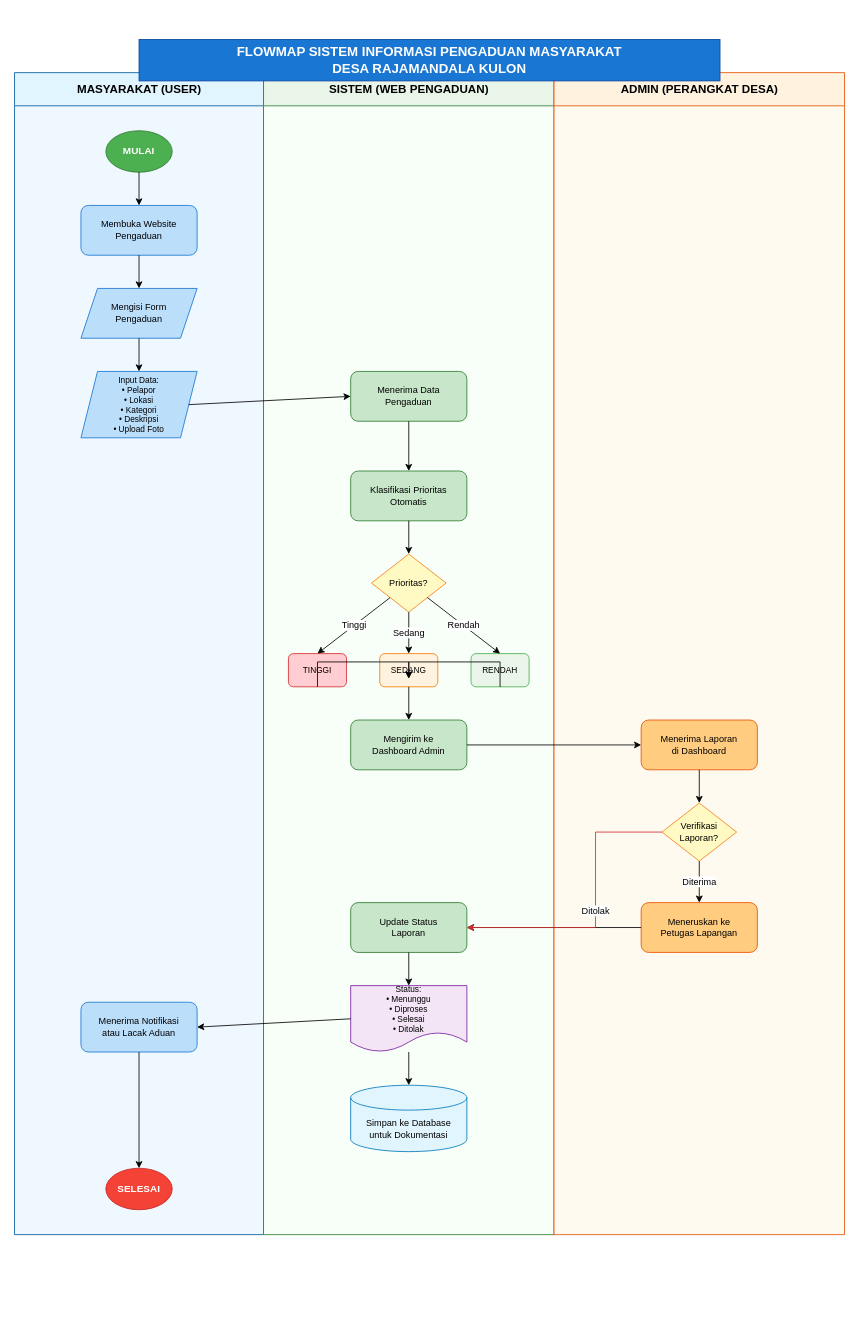
Above: flowmap.drawio in mzaedan/laporaja (draw.io), before the change. Source tidied: cells renumbered, new cells numbered last; positions are measured from the earlier drawing's top-left corner, leaving out a move shared by most shapes. Both pictures are drawn from the tidied source at 83%, with x=0, y=0 at pixel (14, 39).
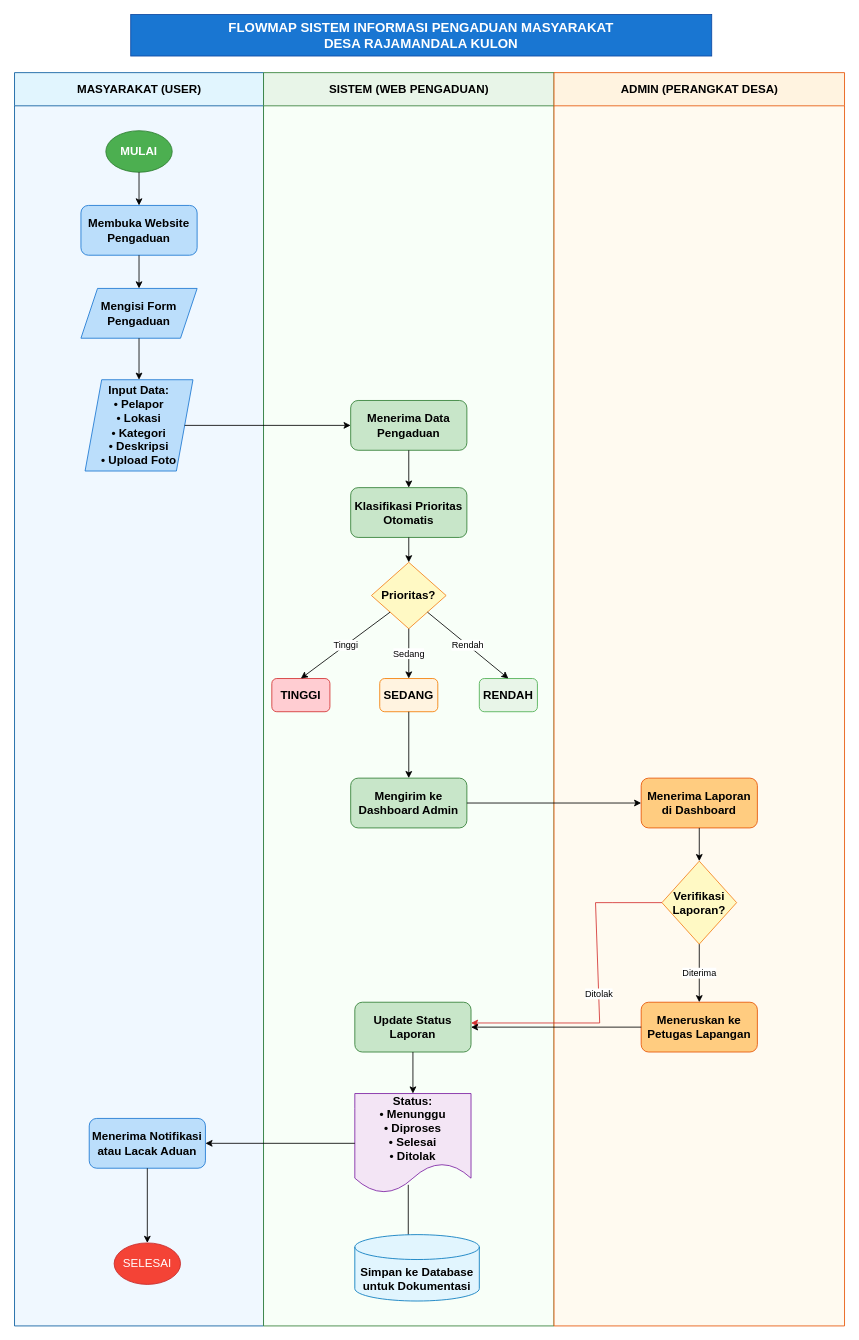
The same page after the edit.

Change to the diagram source:
```diff
@@
     <mxCell id="2" value="MASYARAKAT (USER)" style="swimlane;startSize=40;html=1;fontSize=14;fontStyle=1;fillColor=#e1f5fe;strokeColor=#01579b;swimlaneFillColor=#f0f8ff;" parent="1" vertex="1">
-      <mxGeometry y="40" width="300" height="1400" as="geometry" />
+      <mxGeometry y="40" width="300" height="1510" as="geometry" />
     </mxCell>
-    <mxCell id="3" value="SISTEM (WEB PENGADUAN)" style="swimlane;startSize=40;html=1;fontSize=14;fontStyle=1;fillColor=#e8f5e8;strokeColor=#2e7d32;swimlaneFillColor=#f8fff8;" parent="1" vertex="1">
-      <mxGeometry x="300" y="40" width="350" height="1400" as="geometry" />
-    </mxCell>
-    <mxCell id="4" value="ADMIN (PERANGKAT DESA)" style="swimlane;startSize=40;html=1;fontSize=14;fontStyle=1;fillColor=#fff3e0;strokeColor=#e65100;swimlaneFillColor=#fffaf0;" parent="1" vertex="1">
-      <mxGeometry x="650" y="40" width="350" height="1400" as="geometry" />
-    </mxCell>
-    <mxCell id="5" value="MULAI" style="ellipse;whiteSpace=wrap;html=1;fontSize=12;fontStyle=1;fillColor=#4caf50;strokeColor=#2e7d32;fontColor=white;" parent="2" vertex="1">
+    <mxCell id="5" value="&lt;font style=&quot;font-size: 14px;&quot;&gt;MULAI&lt;/font&gt;" style="ellipse;whiteSpace=wrap;html=1;fontSize=12;fontStyle=1;fillColor=#4caf50;strokeColor=#2e7d32;fontColor=white;" parent="2" vertex="1">
       <mxGeometry x="110" y="70" width="80" height="50" as="geometry" />
     </mxCell>
-    <mxCell id="6" value="Membuka Website&#10;Pengaduan" style="rounded=1;whiteSpace=wrap;html=1;fontSize=11;fillColor=#bbdefb;strokeColor=#1976d2;" parent="2" vertex="1">
+    <mxCell id="6" value="&lt;font style=&quot;font-size: 14px;&quot;&gt;&lt;b&gt;Membuka Website&lt;br&gt;Pengaduan&lt;/b&gt;&lt;/font&gt;" style="rounded=1;whiteSpace=wrap;html=1;fontSize=11;fillColor=#bbdefb;strokeColor=#1976d2;" parent="2" vertex="1">
       <mxGeometry x="80" y="160" width="140" height="60" as="geometry" />
     </mxCell>
-    <mxCell id="7" value="Mengisi Form&#10;Pengaduan" style="shape=parallelogram;perimeter=parallelogramPerimeter;whiteSpace=wrap;html=1;fixedSize=1;fontSize=11;fillColor=#bbdefb;strokeColor=#1976d2;" parent="2" vertex="1">
+    <mxCell id="7" value="&lt;font style=&quot;font-size: 14px;&quot;&gt;&lt;b&gt;Mengisi Form&lt;br&gt;Pengaduan&lt;/b&gt;&lt;/font&gt;" style="shape=parallelogram;perimeter=parallelogramPerimeter;whiteSpace=wrap;html=1;fixedSize=1;fontSize=11;fillColor=#bbdefb;strokeColor=#1976d2;" parent="2" vertex="1">
       <mxGeometry x="80" y="260" width="140" height="60" as="geometry" />
     </mxCell>
-    <mxCell id="8" value="Input Data:&#10;• Pelapor&#10;• Lokasi&#10;• Kategori&#10;• Deskripsi&#10;• Upload Foto" style="shape=parallelogram;perimeter=parallelogramPerimeter;whiteSpace=wrap;html=1;fixedSize=1;fontSize=10;fillColor=#bbdefb;strokeColor=#1976d2;" parent="2" vertex="1">
-      <mxGeometry x="80" y="360" width="140" height="80" as="geometry" />
+    <mxCell id="8" value="&lt;font style=&quot;font-size: 14px;&quot;&gt;&lt;b&gt;Input Data:&lt;br&gt;• Pelapor&lt;br&gt;• Lokasi&lt;br&gt;• Kategori&lt;br&gt;• Deskripsi&lt;br&gt;• Upload Foto&lt;/b&gt;&lt;/font&gt;" style="shape=parallelogram;perimeter=parallelogramPerimeter;whiteSpace=wrap;html=1;fixedSize=1;fontSize=10;fillColor=#bbdefb;strokeColor=#1976d2;" parent="2" vertex="1">
+      <mxGeometry x="85" y="370" width="130" height="110" as="geometry" />
     </mxCell>
+    <mxCell id="21" value="&lt;font style=&quot;font-size: 14px;&quot;&gt;&lt;b&gt;Menerima Notifikasi&lt;br&gt;atau Lacak Aduan&lt;/b&gt;&lt;/font&gt;" style="rounded=1;whiteSpace=wrap;html=1;fontSize=11;fillColor=#bbdefb;strokeColor=#1976d2;" parent="2" vertex="1">
+      <mxGeometry x="90" y="1260" width="140" height="60" as="geometry" />
+    </mxCell>
+    <mxCell id="23" value="&lt;font style=&quot;font-size: 14px; font-weight: normal;&quot;&gt;SELESAI&lt;/font&gt;" style="ellipse;whiteSpace=wrap;html=1;fontSize=12;fontStyle=1;fillColor=#f44336;strokeColor=#c62828;fontColor=white;" parent="2" vertex="1">
+      <mxGeometry x="120" y="1410" width="80" height="50" as="geometry" />
+    </mxCell>
+    <mxCell id="3" value="SISTEM (WEB PENGADUAN)" style="swimlane;startSize=40;html=1;fontSize=14;fontStyle=1;fillColor=#e8f5e8;strokeColor=#2e7d32;swimlaneFillColor=#f8fff8;" parent="1" vertex="1">
+      <mxGeometry x="300" y="40" width="350" height="1510" as="geometry" />
+    </mxCell>
-    <mxCell id="9" value="Menerima Data&#10;Pengaduan" style="rounded=1;whiteSpace=wrap;html=1;fontSize=11;fillColor=#c8e6c9;strokeColor=#2e7d32;" parent="3" vertex="1">
-      <mxGeometry x="105" y="360" width="140" height="60" as="geometry" />
+    <mxCell id="9" value="&lt;font style=&quot;font-size: 14px;&quot;&gt;&lt;b&gt;Menerima Data&lt;br&gt;Pengaduan&lt;/b&gt;&lt;/font&gt;" style="rounded=1;whiteSpace=wrap;html=1;fontSize=11;fillColor=#c8e6c9;strokeColor=#2e7d32;" parent="3" vertex="1">
+      <mxGeometry x="105" y="395" width="140" height="60" as="geometry" />
     </mxCell>
-    <mxCell id="10" value="Klasifikasi Prioritas&#10;Otomatis" style="rounded=1;whiteSpace=wrap;html=1;fontSize=11;fillColor=#c8e6c9;strokeColor=#2e7d32;" parent="3" vertex="1">
-      <mxGeometry x="105" y="480" width="140" height="60" as="geometry" />
+    <mxCell id="10" value="&lt;font style=&quot;font-size: 14px;&quot;&gt;&lt;b&gt;Klasifikasi Prioritas&lt;br&gt;Otomatis&lt;/b&gt;&lt;/font&gt;" style="rounded=1;whiteSpace=wrap;html=1;fontSize=11;fillColor=#c8e6c9;strokeColor=#2e7d32;" parent="3" vertex="1">
+      <mxGeometry x="105" y="500" width="140" height="60" as="geometry" />
     </mxCell>
-    <mxCell id="11" value="Prioritas?" style="rhombus;whiteSpace=wrap;html=1;fontSize=11;fillColor=#fff9c4;strokeColor=#f57f17;" parent="3" vertex="1">
-      <mxGeometry x="130" y="580" width="90" height="70" as="geometry" />
+    <mxCell id="11" value="&lt;font style=&quot;font-size: 14px;&quot;&gt;&lt;b&gt;Prioritas?&lt;/b&gt;&lt;/font&gt;" style="rhombus;whiteSpace=wrap;html=1;fontSize=11;fillColor=#fff9c4;strokeColor=#f57f17;" parent="3" vertex="1">
+      <mxGeometry x="130" y="590" width="90" height="80" as="geometry" />
     </mxCell>
-    <mxCell id="12" value="TINGGI" style="rounded=1;whiteSpace=wrap;html=1;fontSize=10;fillColor=#ffcdd2;strokeColor=#d32f2f;" parent="3" vertex="1">
-      <mxGeometry x="30" y="700" width="70" height="40" as="geometry" />
+    <mxCell id="12" value="&lt;font style=&quot;font-size: 14px;&quot;&gt;&lt;b&gt;TINGGI&lt;/b&gt;&lt;/font&gt;" style="rounded=1;whiteSpace=wrap;html=1;fontSize=10;fillColor=#ffcdd2;strokeColor=#d32f2f;" parent="3" vertex="1">
+      <mxGeometry x="10" y="730" width="70" height="40" as="geometry" />
     </mxCell>
-    <mxCell id="13" value="SEDANG" style="rounded=1;whiteSpace=wrap;html=1;fontSize=10;fillColor=#fff3e0;strokeColor=#f57c00;" parent="3" vertex="1">
-      <mxGeometry x="140" y="700" width="70" height="40" as="geometry" />
+    <mxCell id="13" value="&lt;b&gt;&lt;font style=&quot;font-size: 14px;&quot;&gt;SEDANG&lt;/font&gt;&lt;/b&gt;" style="rounded=1;whiteSpace=wrap;html=1;fontSize=10;fillColor=#fff3e0;strokeColor=#f57c00;" parent="3" vertex="1">
+      <mxGeometry x="140" y="730" width="70" height="40" as="geometry" />
     </mxCell>
-    <mxCell id="14" value="RENDAH" style="rounded=1;whiteSpace=wrap;html=1;fontSize=10;fillColor=#e8f5e8;strokeColor=#4caf50;" parent="3" vertex="1">
-      <mxGeometry x="250" y="700" width="70" height="40" as="geometry" />
+    <mxCell id="14" value="&lt;font style=&quot;font-size: 14px;&quot;&gt;&lt;b&gt;RENDAH&lt;/b&gt;&lt;/font&gt;" style="rounded=1;whiteSpace=wrap;html=1;fontSize=10;fillColor=#e8f5e8;strokeColor=#4caf50;" parent="3" vertex="1">
+      <mxGeometry x="260" y="730" width="70" height="40" as="geometry" />
     </mxCell>
-    <mxCell id="15" value="Mengirim ke&#10;Dashboard Admin" style="rounded=1;whiteSpace=wrap;html=1;fontSize=11;fillColor=#c8e6c9;strokeColor=#2e7d32;" parent="3" vertex="1">
-      <mxGeometry x="105" y="780" width="140" height="60" as="geometry" />
+    <mxCell id="15" value="&lt;font style=&quot;font-size: 14px;&quot;&gt;&lt;b&gt;Mengirim ke&lt;br&gt;Dashboard Admin&lt;/b&gt;&lt;/font&gt;" style="rounded=1;whiteSpace=wrap;html=1;fontSize=11;fillColor=#c8e6c9;strokeColor=#2e7d32;" parent="3" vertex="1">
+      <mxGeometry x="105" y="850" width="140" height="60" as="geometry" />
     </mxCell>
+    <mxCell id="19" value="&lt;font style=&quot;font-size: 14px;&quot;&gt;&lt;b&gt;Update Status&lt;br&gt;Laporan&lt;/b&gt;&lt;/font&gt;" style="rounded=1;whiteSpace=wrap;html=1;fontSize=11;fillColor=#c8e6c9;strokeColor=#2e7d32;" parent="3" vertex="1">
+      <mxGeometry x="110" y="1120" width="140" height="60" as="geometry" />
+    </mxCell>
+    <mxCell id="20" value="&lt;font style=&quot;font-size: 14px;&quot;&gt;&lt;b&gt;Status:&lt;br&gt;• Menunggu&lt;br&gt;• Diproses&lt;br&gt;• Selesai&lt;br&gt;• Ditolak&lt;/b&gt;&lt;/font&gt;" style="shape=document;whiteSpace=wrap;html=1;boundedLbl=1;fontSize=10;fillColor=#f3e5f5;strokeColor=#7b1fa2;" parent="3" vertex="1">
+      <mxGeometry x="110" y="1230" width="140" height="120" as="geometry" />
+    </mxCell>
+    <mxCell id="40" style="endArrow=classic;html=1;rounded=0;exitX=0.5;exitY=1;exitDx=0;exitDy=0;entryX=0.5;entryY=0;entryDx=0;entryDy=0;" parent="3" edge="1">
+      <mxGeometry relative="1" as="geometry">
+        <mxPoint x="174.4" y="1340" as="sourcePoint" />
+        <mxPoint x="174.4" y="1410" as="targetPoint" />
+      </mxGeometry>
+    </mxCell>
+    <mxCell id="22" value="&lt;font style=&quot;font-size: 14px;&quot;&gt;&lt;b&gt;Simpan ke Database&lt;br&gt;untuk Dokumentasi&lt;/b&gt;&lt;/font&gt;" style="shape=cylinder3;whiteSpace=wrap;html=1;boundedLbl=1;backgroundOutline=1;size=15;fontSize=11;fillColor=#e1f5fe;strokeColor=#0277bd;" parent="3" vertex="1">
+      <mxGeometry x="110" y="1400" width="150" height="80" as="geometry" />
+    </mxCell>
+    <mxCell id="4" value="ADMIN (PERANGKAT DESA)" style="swimlane;startSize=40;html=1;fontSize=14;fontStyle=1;fillColor=#fff3e0;strokeColor=#e65100;swimlaneFillColor=#fffaf0;" parent="1" vertex="1">
+      <mxGeometry x="650" y="40" width="350" height="1510" as="geometry" />
+    </mxCell>
-    <mxCell id="16" value="Menerima Laporan&#10;di Dashboard" style="rounded=1;whiteSpace=wrap;html=1;fontSize=11;fillColor=#ffcc80;strokeColor=#e65100;" parent="4" vertex="1">
-      <mxGeometry x="105" y="780" width="140" height="60" as="geometry" />
+    <mxCell id="16" value="&lt;b&gt;&lt;font style=&quot;font-size: 14px;&quot;&gt;Menerima Laporan&lt;br&gt;di Dashboard&lt;/font&gt;&lt;/b&gt;" style="rounded=1;whiteSpace=wrap;html=1;fontSize=11;fillColor=#ffcc80;strokeColor=#e65100;" parent="4" vertex="1">
+      <mxGeometry x="105" y="850" width="140" height="60" as="geometry" />
     </mxCell>
-    <mxCell id="17" value="Verifikasi&#10;Laporan?" style="rhombus;whiteSpace=wrap;html=1;fontSize=11;fillColor=#fff9c4;strokeColor=#f57f17;" parent="4" vertex="1">
-      <mxGeometry x="130" y="880" width="90" height="70" as="geometry" />
+    <mxCell id="17" value="&lt;font style=&quot;font-size: 14px;&quot;&gt;&lt;b&gt;Verifikasi&lt;br&gt;Laporan?&lt;/b&gt;&lt;/font&gt;" style="rhombus;whiteSpace=wrap;html=1;fontSize=11;fillColor=#fff9c4;strokeColor=#f57f17;" parent="4" vertex="1">
+      <mxGeometry x="130" y="950" width="90" height="100" as="geometry" />
     </mxCell>
-    <mxCell id="18" value="Meneruskan ke&#10;Petugas Lapangan" style="rounded=1;whiteSpace=wrap;html=1;fontSize=11;fillColor=#ffcc80;strokeColor=#e65100;" parent="4" vertex="1">
-      <mxGeometry x="105" y="1000" width="140" height="60" as="geometry" />
+    <mxCell id="18" value="&lt;font style=&quot;font-size: 14px;&quot;&gt;&lt;b&gt;Meneruskan ke&lt;br&gt;Petugas Lapangan&lt;/b&gt;&lt;/font&gt;" style="rounded=1;whiteSpace=wrap;html=1;fontSize=11;fillColor=#ffcc80;strokeColor=#e65100;" parent="4" vertex="1">
+      <mxGeometry x="105" y="1120" width="140" height="60" as="geometry" />
     </mxCell>
-    <mxCell id="19" value="Update Status&#10;Laporan" style="rounded=1;whiteSpace=wrap;html=1;fontSize=11;fillColor=#c8e6c9;strokeColor=#2e7d32;" parent="3" vertex="1">
-      <mxGeometry x="105" y="1000" width="140" height="60" as="geometry" />
-    </mxCell>
-    <mxCell id="20" value="Status:&#10;• Menunggu&#10;• Diproses&#10;• Selesai&#10;• Ditolak" style="shape=document;whiteSpace=wrap;html=1;boundedLbl=1;fontSize=10;fillColor=#f3e5f5;strokeColor=#7b1fa2;" parent="3" vertex="1">
-      <mxGeometry x="105" y="1100" width="140" height="80" as="geometry" />
-    </mxCell>
-    <mxCell id="21" value="Menerima Notifikasi&#10;atau Lacak Aduan" style="rounded=1;whiteSpace=wrap;html=1;fontSize=11;fillColor=#bbdefb;strokeColor=#1976d2;" parent="2" vertex="1">
-      <mxGeometry x="80" y="1120" width="140" height="60" as="geometry" />
-    </mxCell>
-    <mxCell id="22" value="Simpan ke Database&#10;untuk Dokumentasi" style="shape=cylinder3;whiteSpace=wrap;html=1;boundedLbl=1;backgroundOutline=1;size=15;fontSize=11;fillColor=#e1f5fe;strokeColor=#0277bd;" parent="3" vertex="1">
-      <mxGeometry x="105" y="1220" width="140" height="80" as="geometry" />
-    </mxCell>
-    <mxCell id="23" value="SELESAI" style="ellipse;whiteSpace=wrap;html=1;fontSize=12;fontStyle=1;fillColor=#f44336;strokeColor=#c62828;fontColor=white;" parent="2" vertex="1">
-      <mxGeometry x="110" y="1320" width="80" height="50" as="geometry" />
-    </mxCell>
+    <mxCell id="42" value="Ditolak" style="endArrow=classic;html=1;rounded=0;entryX=1;entryY=0.5;entryDx=0;entryDy=0;strokeColor=#d32f2f;exitX=0;exitY=0.5;exitDx=0;exitDy=0;" parent="4" edge="1" source="17">
+      <mxGeometry relative="1" as="geometry">
+        <mxPoint x="-100" y="1145" as="targetPoint" />
+        <Array as="points">
+          <mxPoint x="70" y="1000" />
+          <mxPoint x="50" y="1000" />
+          <mxPoint x="55" y="1145" />
+        </Array>
+      </mxGeometry>
+    </mxCell>
@@
-    <mxCell id="40" style="endArrow=classic;html=1;rounded=0;exitX=0.5;exitY=1;exitDx=0;exitDy=0;entryX=0.5;entryY=0;entryDx=0;entryDy=0;" parent="1" edge="1" source="20" target="22">
-      <mxGeometry relative="1" as="geometry" />
-    </mxCell>
@@
-    <mxCell id="42" value="Ditolak" style="endArrow=classic;html=1;rounded=0;exitX=0;exitY=0.5;exitDx=0;exitDy=0;entryX=1;entryY=0.5;entryDx=0;entryDy=0;strokeColor=#d32f2f;" parent="1" edge="1" source="17" target="19">
-      <mxGeometry relative="1" as="geometry">
-        <Array as="points">
-          <mxPoint x="700" y="955" />
-          <mxPoint x="700" y="1070" />
-        </Array>
-      </mxGeometry>
-    </mxCell>
-    <mxCell id="43" style="endArrow=classic;html=1;rounded=0;exitX=0.5;exitY=1;exitDx=0;exitDy=0;" parent="1" edge="1" source="12">
-      <mxGeometry relative="1" as="geometry">
-        <mxPoint x="475" y="770" as="targetPoint" />
-        <Array as="points">
-          <mxPoint x="365" y="750" />
-          <mxPoint x="475" y="750" />
-        </Array>
-      </mxGeometry>
-    </mxCell>
-    <mxCell id="44" style="endArrow=classic;html=1;rounded=0;exitX=0.5;exitY=1;exitDx=0;exitDy=0;" parent="1" edge="1" source="14">
-      <mxGeometry relative="1" as="geometry">
-        <mxPoint x="475" y="770" as="targetPoint" />
-        <Array as="points">
-          <mxPoint x="585" y="750" />
-          <mxPoint x="475" y="750" />
-        </Array>
-      </mxGeometry>
-    </mxCell>
     <mxCell id="45" value="FLOWMAP SISTEM INFORMASI PENGADUAN MASYARAKAT&#10;DESA RAJAMANDALA KULON" style="rounded=0;whiteSpace=wrap;html=1;fontSize=16;fontStyle=1;fillColor=#1976d2;strokeColor=#0d47a1;fontColor=white;" parent="1" vertex="1">
-      <mxGeometry x="150" width="700" height="50" as="geometry" />
+      <mxGeometry x="140" y="-30" width="700" height="50" as="geometry" />
     </mxCell>
```
